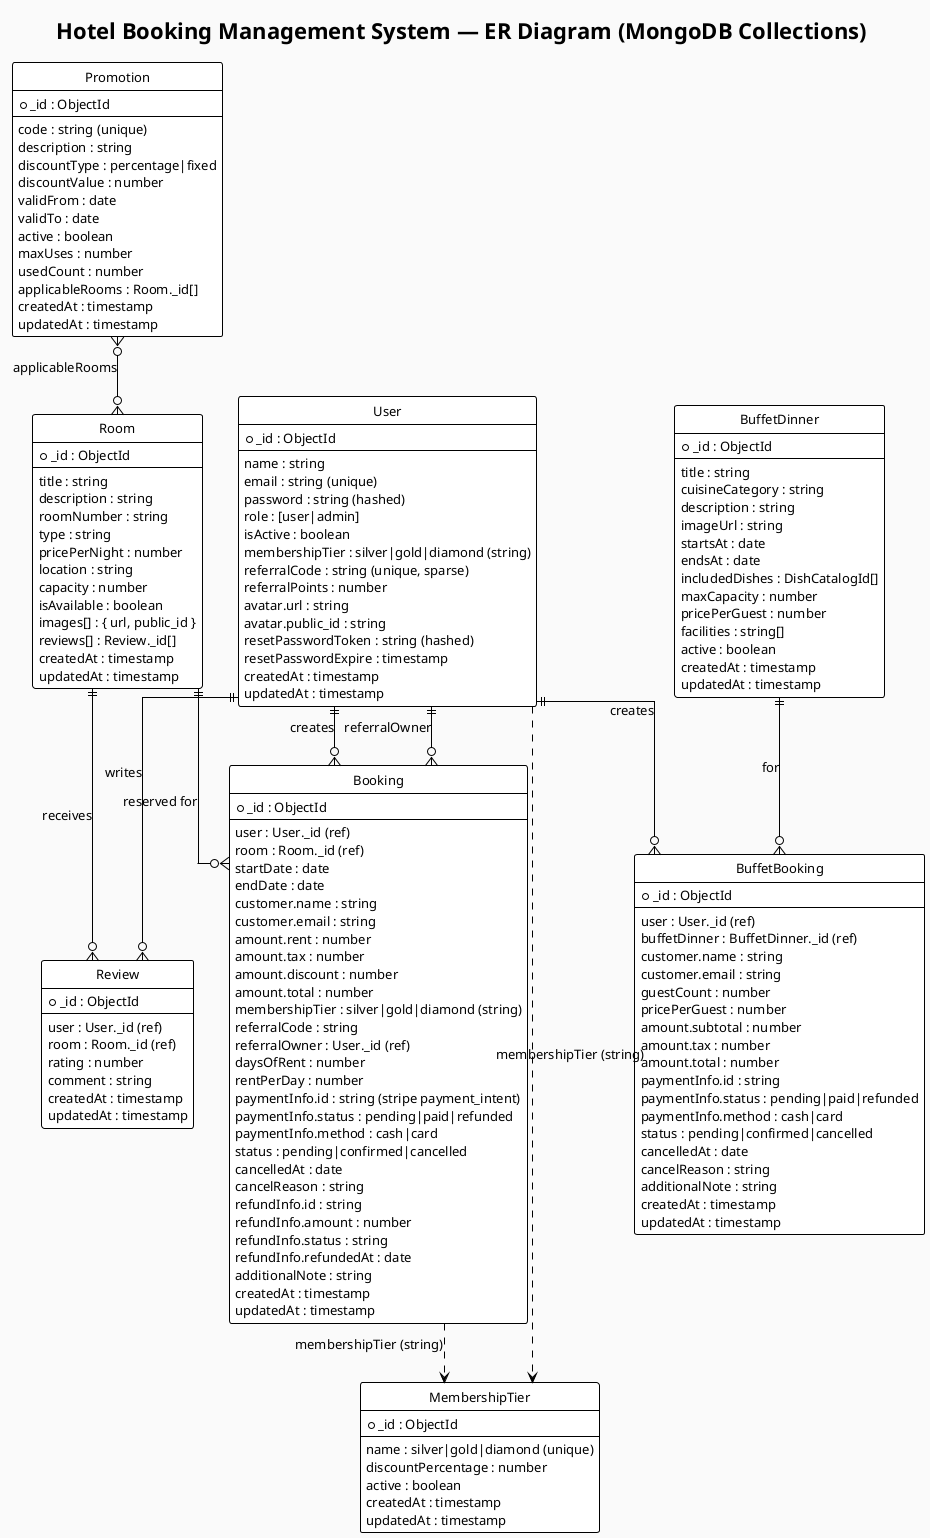
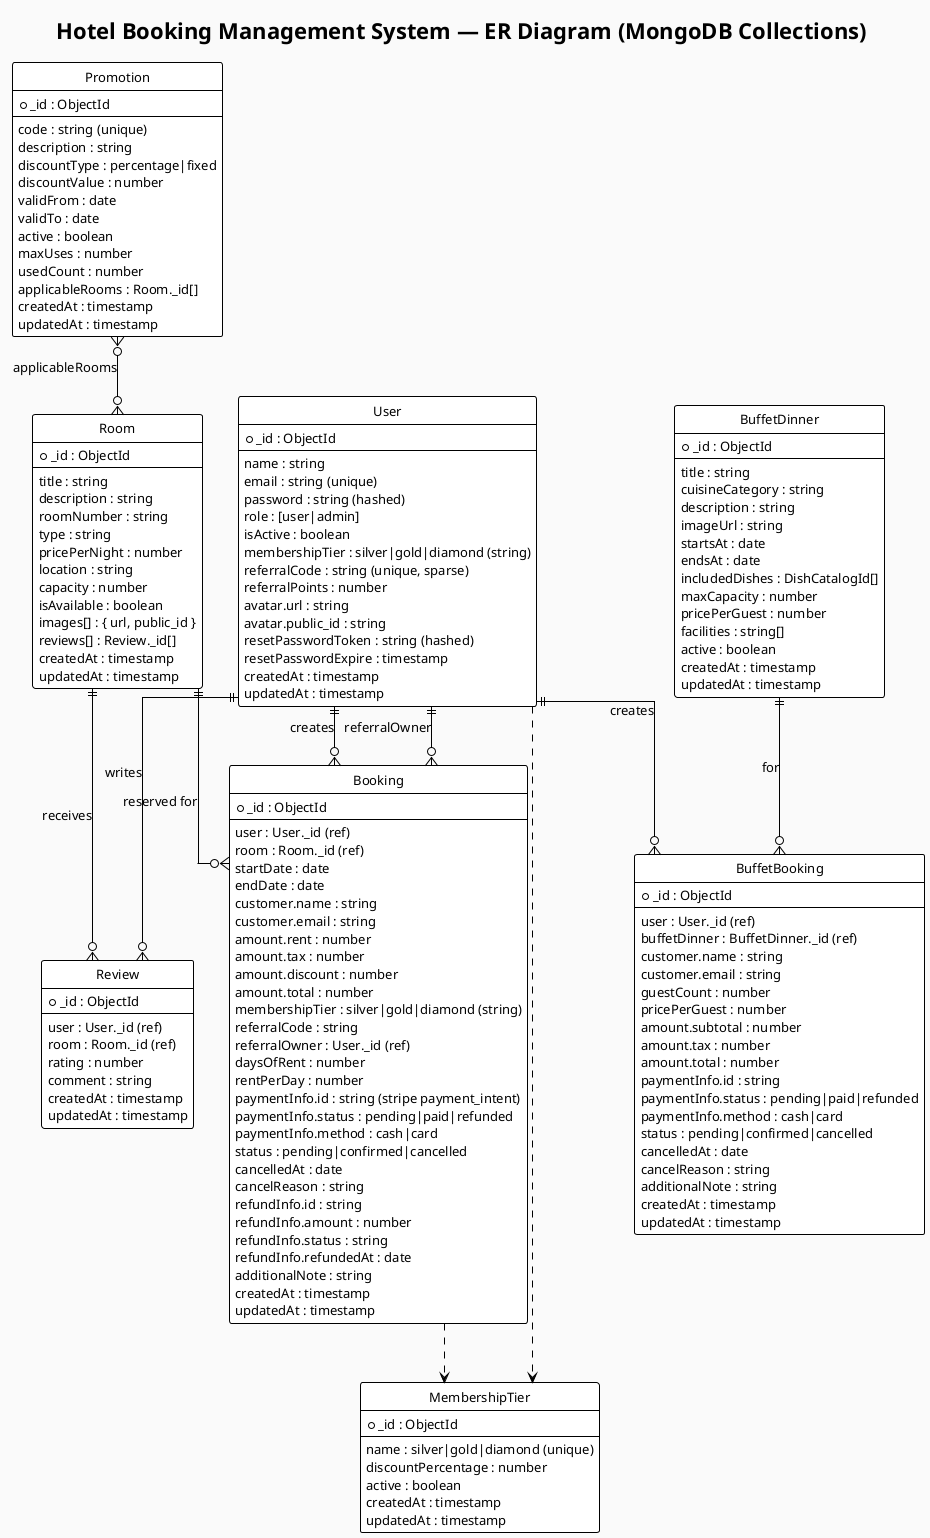
@startuml
!theme plain
skinparam backgroundColor #FAFAFA
skinparam defaultFontName Arial
skinparam defaultFontSize 13

title Hotel Booking Management System — ER Diagram (MongoDB Collections)

hide circle
skinparam linetype ortho

entity "User" as User {
  * _id : ObjectId
  --
  name : string
  email : string (unique)
  password : string (hashed)
  role : [user|admin]
  isActive : boolean
  membershipTier : silver|gold|diamond (string)
  referralCode : string (unique, sparse)
  referralPoints : number
  avatar.url : string
  avatar.public_id : string
  resetPasswordToken : string (hashed)
  resetPasswordExpire : timestamp
  createdAt : timestamp
  updatedAt : timestamp
}

entity "Room" as Room {
  * _id : ObjectId
  --
  title : string
  description : string
  roomNumber : string
  type : string
  pricePerNight : number
  location : string
  capacity : number
  isAvailable : boolean
  images[] : { url, public_id }
  reviews[] : Review._id[]
  createdAt : timestamp
  updatedAt : timestamp
}

entity "Booking" as Booking {
  * _id : ObjectId
  --
  user : User._id (ref)
  room : Room._id (ref)
  startDate : date
  endDate : date
  customer.name : string
  customer.email : string
  amount.rent : number
  amount.tax : number
  amount.discount : number
  amount.total : number
  membershipTier : silver|gold|diamond (string)
  referralCode : string
  referralOwner : User._id (ref)
  daysOfRent : number
  rentPerDay : number
  paymentInfo.id : string (stripe payment_intent)
  paymentInfo.status : pending|paid|refunded
  paymentInfo.method : cash|card
  status : pending|confirmed|cancelled
  cancelledAt : date
  cancelReason : string
  refundInfo.id : string
  refundInfo.amount : number
  refundInfo.status : string
  refundInfo.refundedAt : date
  additionalNote : string
  createdAt : timestamp
  updatedAt : timestamp
}

entity "Review" as Review {
  * _id : ObjectId
  --
  user : User._id (ref)
  room : Room._id (ref)
  rating : number
  comment : string
  createdAt : timestamp
  updatedAt : timestamp
}

entity "Promotion" as Promotion {
  * _id : ObjectId
  --
  code : string (unique)
  description : string
  discountType : percentage|fixed
  discountValue : number
  validFrom : date
  validTo : date
  active : boolean
  maxUses : number
  usedCount : number
  applicableRooms : Room._id[]
  createdAt : timestamp
  updatedAt : timestamp
}

entity "MembershipTier" as MembershipTier {
  * _id : ObjectId
  --
  name : silver|gold|diamond (unique)
  discountPercentage : number
  active : boolean
  createdAt : timestamp
  updatedAt : timestamp
}

entity "BuffetDinner" as BuffetDinner {
  * _id : ObjectId
  --
  title : string
  cuisineCategory : string
  description : string
  imageUrl : string
  startsAt : date
  endsAt : date
  includedDishes : DishCatalogId[]
  maxCapacity : number
  pricePerGuest : number
  facilities : string[]
  active : boolean
  createdAt : timestamp
  updatedAt : timestamp
}

entity "BuffetBooking" as BuffetBooking {
  * _id : ObjectId
  --
  user : User._id (ref)
  buffetDinner : BuffetDinner._id (ref)
  customer.name : string
  customer.email : string
  guestCount : number
  pricePerGuest : number
  amount.subtotal : number
  amount.tax : number
  amount.total : number
  paymentInfo.id : string
  paymentInfo.status : pending|paid|refunded
  paymentInfo.method : cash|card
  status : pending|confirmed|cancelled
  cancelledAt : date
  cancelReason : string
  additionalNote : string
  createdAt : timestamp
  updatedAt : timestamp
}

User ||--o{ Booking : "creates"
Room ||--o{ Booking : "reserved for"
Booking }o--|| User : "referralOwner"

User ||--o{ Review : "writes"
Room ||--o{ Review : "receives"

Promotion }o--o{ Room : "applicableRooms"

- User ..> MembershipTier : "membershipTier (string)"
- Booking ..> MembershipTier : "membershipTier (string)"
+ User ..> MembershipTier
+ Booking ..> MembershipTier

User ||--o{ BuffetBooking : "creates"
BuffetDinner ||--o{ BuffetBooking : "for"

@enduml
